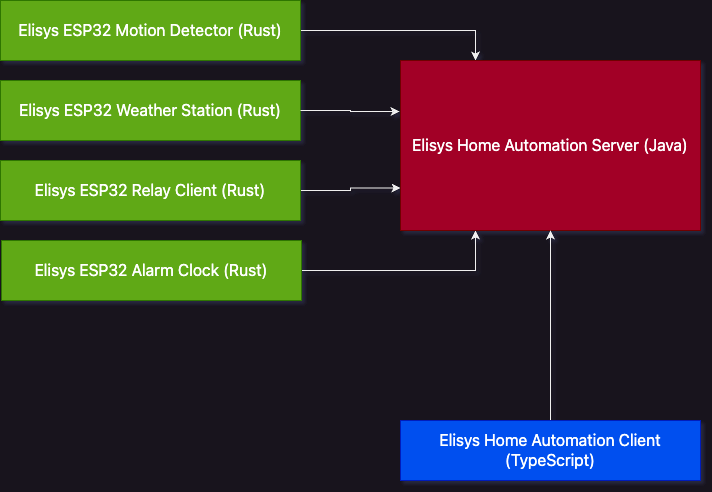
Earlier version of the draw.io export images/elisys-architecture.png (goto-eof/elisys-home-automation). Source tidied: cells renumbered, new cells last; positions are measured from the earlier drawing's top-left corner, leaving out a move shared by most shapes.
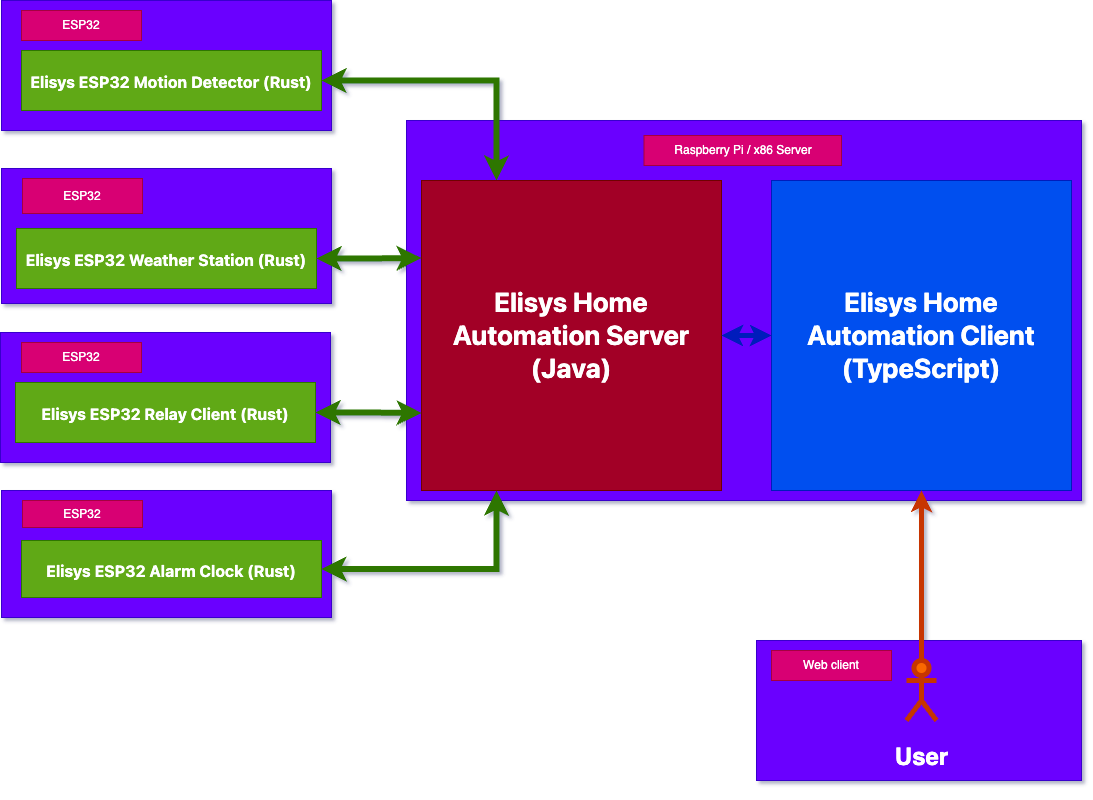
The same file after the commit.

Change to the diagram source:
```diff
@@ -2,38 +2,80 @@
   <root>
     <mxCell id="0" />
     <mxCell id="1" parent="0" />
+    <mxCell id="13" style="rounded=0;whiteSpace=wrap;html=1;fillColor=#6a00ff;fontColor=#ffffff;strokeColor=#3700CC;" parent="1" vertex="1">
+      <mxGeometry x="735" y="520" width="325" height="140" as="geometry" />
+    </mxCell>
+    <mxCell id="14" style="rounded=0;whiteSpace=wrap;html=1;fillColor=#6a00ff;fontColor=#ffffff;strokeColor=#3700CC;" parent="1" vertex="1">
+      <mxGeometry x="385" width="675" height="380" as="geometry" />
+    </mxCell>
+    <mxCell id="15" value="Raspberry Pi / x86 Server" style="rounded=0;whiteSpace=wrap;html=1;fillColor=#d80073;fontColor=#ffffff;strokeColor=#A50040;" parent="1" vertex="1">
+      <mxGeometry x="622.5" y="15" width="197.5" height="30" as="geometry" />
+    </mxCell>
+    <mxCell id="16" style="rounded=0;whiteSpace=wrap;html=1;fillColor=#6a00ff;fontColor=#ffffff;strokeColor=#3700CC;" parent="1" vertex="1">
+      <mxGeometry x="-20" y="370" width="330" height="127" as="geometry" />
+    </mxCell>
+    <mxCell id="17" value="ESP32" style="rounded=0;whiteSpace=wrap;html=1;fillColor=#d80073;fontColor=#ffffff;strokeColor=#A50040;" parent="1" vertex="1">
+      <mxGeometry x="1" y="380" width="120" height="27" as="geometry" />
+    </mxCell>
+    <mxCell id="18" style="rounded=0;whiteSpace=wrap;html=1;fillColor=#6a00ff;fontColor=#ffffff;strokeColor=#3700CC;" parent="1" vertex="1">
+      <mxGeometry x="-21" y="212" width="330" height="130" as="geometry" />
+    </mxCell>
+    <mxCell id="19" value="ESP32" style="rounded=0;whiteSpace=wrap;html=1;fillColor=#d80073;fontColor=#ffffff;strokeColor=#A50040;" parent="1" vertex="1">
+      <mxGeometry y="222" width="120" height="30" as="geometry" />
+    </mxCell>
+    <mxCell id="20" style="rounded=0;whiteSpace=wrap;html=1;fillColor=#6a00ff;fontColor=#ffffff;strokeColor=#3700CC;" parent="1" vertex="1">
+      <mxGeometry x="-20" y="48" width="330" height="135" as="geometry" />
+    </mxCell>
+    <mxCell id="21" style="rounded=0;whiteSpace=wrap;html=1;fillColor=#6a00ff;fontColor=#ffffff;strokeColor=#3700CC;" parent="1" vertex="1">
+      <mxGeometry x="-20" y="-120" width="330" height="130" as="geometry" />
+    </mxCell>
-    <mxCell id="2" style="edgeStyle=orthogonalEdgeStyle;rounded=0;jettySize=auto;html=1;entryX=0.25;entryY=0;entryDx=0;entryDy=0;" parent="1" edge="1" source="3" target="9">
+    <mxCell id="2" style="edgeStyle=orthogonalEdgeStyle;rounded=0;jettySize=auto;html=1;entryX=0.25;entryY=0;entryDx=0;entryDy=0;strokeWidth=6;fillColor=#60a917;strokeColor=#2D7600;startArrow=classic;startFill=1;" parent="1" edge="1" source="3" target="9">
       <mxGeometry relative="1" as="geometry" />
     </mxCell>
-    <mxCell id="3" value="&lt;div style=&quot;&quot;&gt;&lt;a style=&quot;background-color: transparent; font-family: -apple-system, &amp;quot;system-ui&amp;quot;, &amp;quot;Segoe UI&amp;quot;, &amp;quot;Noto Sans&amp;quot;, Helvetica, Arial, sans-serif, &amp;quot;Apple Color Emoji&amp;quot;, &amp;quot;Segoe UI Emoji&amp;quot;; font-size: 16px; box-sizing: border-box; color: var(--fgColor-accent, var(--color-accent-fg)); text-underline-offset: 0.2rem;&quot; href=&quot;https://github.com/goto-eof/esp32-motion-detector-and-server-notifier-rust&quot;&gt;Elisys ESP32 Motion Detector (Rust)&lt;/a&gt;&lt;/div&gt;" style="rounded=0;whiteSpace=wrap;html=1;align=center;fillColor=#60a917;fontColor=#ffffff;strokeColor=#2D7600;" parent="1" vertex="1">
-      <mxGeometry width="300" height="60" as="geometry" />
+    <mxCell id="3" value="&lt;h1 style=&quot;&quot;&gt;&lt;a style=&quot;background-color: transparent; font-family: -apple-system, &amp;quot;system-ui&amp;quot;, &amp;quot;Segoe UI&amp;quot;, &amp;quot;Noto Sans&amp;quot;, Helvetica, Arial, sans-serif, &amp;quot;Apple Color Emoji&amp;quot;, &amp;quot;Segoe UI Emoji&amp;quot;; font-size: 16px; box-sizing: border-box; color: var(--fgColor-accent, var(--color-accent-fg)); text-underline-offset: 0.2rem;&quot; href=&quot;https://github.com/goto-eof/esp32-motion-detector-and-server-notifier-rust&quot;&gt;Elisys ESP32 Motion Detector (Rust)&lt;/a&gt;&lt;/h1&gt;" style="rounded=0;whiteSpace=wrap;html=1;align=center;fillColor=#60a917;fontColor=#ffffff;strokeColor=#2D7600;" parent="1" vertex="1">
+      <mxGeometry y="-70" width="300" height="60" as="geometry" />
     </mxCell>
-    <mxCell id="4" value="&lt;div style=&quot;&quot;&gt;&lt;a href=&quot;https://github.com/goto-eof/esp32-motion-detector-and-server-notifier-rust&quot; style=&quot;background-color: transparent; font-family: -apple-system, &amp;quot;system-ui&amp;quot;, &amp;quot;Segoe UI&amp;quot;, &amp;quot;Noto Sans&amp;quot;, Helvetica, Arial, sans-serif, &amp;quot;Apple Color Emoji&amp;quot;, &amp;quot;Segoe UI Emoji&amp;quot;; font-size: 16px; box-sizing: border-box; color: var(--fgColor-accent, var(--color-accent-fg)); text-underline-offset: 0.2rem;&quot;&gt;Elisys ESP32 Weather Station (Rust)&lt;/a&gt;&lt;/div&gt;" style="rounded=0;whiteSpace=wrap;html=1;align=center;fillColor=#60a917;fontColor=#ffffff;strokeColor=#2D7600;" parent="1" vertex="1">
-      <mxGeometry y="80" width="300" height="60" as="geometry" />
+    <mxCell id="4" value="&lt;h1 style=&quot;&quot;&gt;&lt;a href=&quot;https://github.com/goto-eof/esp32-motion-detector-and-server-notifier-rust&quot; style=&quot;background-color: transparent; font-family: -apple-system, &amp;quot;system-ui&amp;quot;, &amp;quot;Segoe UI&amp;quot;, &amp;quot;Noto Sans&amp;quot;, Helvetica, Arial, sans-serif, &amp;quot;Apple Color Emoji&amp;quot;, &amp;quot;Segoe UI Emoji&amp;quot;; font-size: 16px; box-sizing: border-box; color: var(--fgColor-accent, var(--color-accent-fg)); text-underline-offset: 0.2rem;&quot;&gt;Elisys ESP32 Weather Station (Rust)&lt;/a&gt;&lt;/h1&gt;" style="rounded=0;whiteSpace=wrap;html=1;align=center;fillColor=#60a917;fontColor=#ffffff;strokeColor=#2D7600;" parent="1" vertex="1">
+      <mxGeometry x="-5" y="108" width="300" height="60" as="geometry" />
     </mxCell>
-    <mxCell id="5" style="edgeStyle=orthogonalEdgeStyle;rounded=0;jettySize=auto;html=1;entryX=0;entryY=0.75;entryDx=0;entryDy=0;" parent="1" edge="1" source="6" target="9">
+    <mxCell id="5" style="edgeStyle=orthogonalEdgeStyle;rounded=0;jettySize=auto;html=1;entryX=0;entryY=0.75;entryDx=0;entryDy=0;strokeWidth=6;fillColor=#60a917;strokeColor=#2D7600;startArrow=classic;startFill=1;" parent="1" edge="1" source="6" target="9">
       <mxGeometry relative="1" as="geometry" />
     </mxCell>
-    <mxCell id="6" value="&lt;div style=&quot;&quot;&gt;&lt;a style=&quot;background-color: transparent; font-family: -apple-system, &amp;quot;system-ui&amp;quot;, &amp;quot;Segoe UI&amp;quot;, &amp;quot;Noto Sans&amp;quot;, Helvetica, Arial, sans-serif, &amp;quot;Apple Color Emoji&amp;quot;, &amp;quot;Segoe UI Emoji&amp;quot;; font-size: 16px; box-sizing: border-box; color: var(--fgColor-accent, var(--color-accent-fg)); text-underline-offset: 0.2rem;&quot; href=&quot;https://github.com/goto-eof/esp32-motion-detector-and-server-notifier-rust&quot;&gt;Elisys ESP32 Relay Client (Rust)&lt;/a&gt;&lt;/div&gt;" style="rounded=0;whiteSpace=wrap;html=1;align=center;fillColor=#60a917;fontColor=#ffffff;strokeColor=#2D7600;" parent="1" vertex="1">
-      <mxGeometry y="160" width="300" height="60" as="geometry" />
+    <mxCell id="6" value="&lt;h1 style=&quot;&quot;&gt;&lt;a style=&quot;background-color: transparent; font-family: -apple-system, &amp;quot;system-ui&amp;quot;, &amp;quot;Segoe UI&amp;quot;, &amp;quot;Noto Sans&amp;quot;, Helvetica, Arial, sans-serif, &amp;quot;Apple Color Emoji&amp;quot;, &amp;quot;Segoe UI Emoji&amp;quot;; font-size: 16px; box-sizing: border-box; color: var(--fgColor-accent, var(--color-accent-fg)); text-underline-offset: 0.2rem;&quot; href=&quot;https://github.com/goto-eof/esp32-motion-detector-and-server-notifier-rust&quot;&gt;Elisys ESP32 Relay Client (Rust)&lt;/a&gt;&lt;/h1&gt;" style="rounded=0;whiteSpace=wrap;html=1;align=center;fillColor=#60a917;fontColor=#ffffff;strokeColor=#2D7600;" parent="1" vertex="1">
+      <mxGeometry x="-6" y="262" width="300" height="60" as="geometry" />
     </mxCell>
-    <mxCell id="7" style="edgeStyle=orthogonalEdgeStyle;rounded=0;jettySize=auto;html=1;entryX=0.25;entryY=1;entryDx=0;entryDy=0;" parent="1" edge="1" source="8" target="9">
+    <mxCell id="7" style="edgeStyle=orthogonalEdgeStyle;rounded=0;jettySize=auto;html=1;entryX=0.25;entryY=1;entryDx=0;entryDy=0;strokeWidth=6;fillColor=#60a917;strokeColor=#2D7600;startArrow=classic;startFill=1;" parent="1" edge="1" source="8" target="9">
       <mxGeometry relative="1" as="geometry" />
     </mxCell>
-    <mxCell id="8" value="&lt;div style=&quot;&quot;&gt;&lt;a href=&quot;https://github.com/goto-eof/esp32-motion-detector-and-server-notifier-rust&quot; style=&quot;background-color: transparent; font-family: -apple-system, &amp;quot;system-ui&amp;quot;, &amp;quot;Segoe UI&amp;quot;, &amp;quot;Noto Sans&amp;quot;, Helvetica, Arial, sans-serif, &amp;quot;Apple Color Emoji&amp;quot;, &amp;quot;Segoe UI Emoji&amp;quot;; font-size: 16px; box-sizing: border-box; color: var(--fgColor-accent, var(--color-accent-fg)); text-underline-offset: 0.2rem;&quot;&gt;Elisys ESP32 Alarm Clock (Rust)&lt;/a&gt;&lt;/div&gt;" style="rounded=0;whiteSpace=wrap;html=1;align=center;fillColor=#60a917;fontColor=#ffffff;strokeColor=#2D7600;" parent="1" vertex="1">
-      <mxGeometry x="1" y="240" width="300" height="60" as="geometry" />
+    <mxCell id="8" value="&lt;h1 style=&quot;&quot;&gt;&lt;a href=&quot;https://github.com/goto-eof/esp32-motion-detector-and-server-notifier-rust&quot; style=&quot;background-color: transparent; font-family: -apple-system, &amp;quot;system-ui&amp;quot;, &amp;quot;Segoe UI&amp;quot;, &amp;quot;Noto Sans&amp;quot;, Helvetica, Arial, sans-serif, &amp;quot;Apple Color Emoji&amp;quot;, &amp;quot;Segoe UI Emoji&amp;quot;; font-size: 16px; box-sizing: border-box; color: var(--fgColor-accent, var(--color-accent-fg)); text-underline-offset: 0.2rem;&quot;&gt;Elisys ESP32 Alarm Clock (Rust)&lt;/a&gt;&lt;/h1&gt;" style="rounded=0;whiteSpace=wrap;html=1;align=center;fillColor=#60a917;fontColor=#ffffff;strokeColor=#2D7600;" parent="1" vertex="1">
+      <mxGeometry y="420" width="300" height="57" as="geometry" />
     </mxCell>
-    <mxCell id="9" value="&lt;div style=&quot;&quot;&gt;&lt;a href=&quot;https://github.com/goto-eof/esp32-motion-detector-and-server-notifier-rust&quot; style=&quot;background-color: transparent; font-family: -apple-system, &amp;quot;system-ui&amp;quot;, &amp;quot;Segoe UI&amp;quot;, &amp;quot;Noto Sans&amp;quot;, Helvetica, Arial, sans-serif, &amp;quot;Apple Color Emoji&amp;quot;, &amp;quot;Segoe UI Emoji&amp;quot;; font-size: 16px; box-sizing: border-box; color: var(--fgColor-accent, var(--color-accent-fg)); text-underline-offset: 0.2rem;&quot;&gt;Elisys Home Automation Server (Java)&lt;/a&gt;&lt;/div&gt;" style="rounded=0;whiteSpace=wrap;html=1;align=center;fillColor=#a20025;fontColor=#ffffff;strokeColor=#6F0000;" parent="1" vertex="1">
-      <mxGeometry x="400" y="60" width="300" height="170" as="geometry" />
+    <mxCell id="9" value="&lt;h1 style=&quot;&quot;&gt;&lt;a href=&quot;https://github.com/goto-eof/esp32-motion-detector-and-server-notifier-rust&quot; style=&quot;background-color: transparent; font-family: -apple-system, &amp;quot;system-ui&amp;quot;, &amp;quot;Segoe UI&amp;quot;, &amp;quot;Noto Sans&amp;quot;, Helvetica, Arial, sans-serif, &amp;quot;Apple Color Emoji&amp;quot;, &amp;quot;Segoe UI Emoji&amp;quot;; box-sizing: border-box; color: var(--fgColor-accent, var(--color-accent-fg)); text-underline-offset: 0.2rem;&quot;&gt;&lt;font style=&quot;font-size: 27px;&quot;&gt;Elisys Home Automation Server (Java)&lt;/font&gt;&lt;/a&gt;&lt;/h1&gt;" style="rounded=0;whiteSpace=wrap;html=1;align=center;fillColor=#a20025;fontColor=#ffffff;strokeColor=#6F0000;" parent="1" vertex="1">
+      <mxGeometry x="400" y="60" width="300" height="310" as="geometry" />
     </mxCell>
-    <mxCell id="10" style="edgeStyle=orthogonalEdgeStyle;rounded=0;jettySize=auto;html=1;entryX=0.5;entryY=1;entryDx=0;entryDy=0;" parent="1" edge="1" source="11" target="9">
+    <mxCell id="10" style="edgeStyle=orthogonalEdgeStyle;rounded=0;jettySize=auto;html=1;entryX=1;entryY=0.5;entryDx=0;entryDy=0;strokeWidth=5;fillColor=#0050ef;strokeColor=#001DBC;startArrow=classic;startFill=1;" parent="1" edge="1" source="11" target="9">
       <mxGeometry relative="1" as="geometry" />
     </mxCell>
-    <mxCell id="11" value="&lt;div style=&quot;&quot;&gt;&lt;a style=&quot;color: var(--fgColor-accent, var(--color-accent-fg)); background-color: transparent; font-family: -apple-system, &amp;quot;system-ui&amp;quot;, &amp;quot;Segoe UI&amp;quot;, &amp;quot;Noto Sans&amp;quot;, Helvetica, Arial, sans-serif, &amp;quot;Apple Color Emoji&amp;quot;, &amp;quot;Segoe UI Emoji&amp;quot;; font-size: 16px; box-sizing: border-box; text-underline-offset: 0.2rem;&quot; href=&quot;https://github.com/goto-eof/esp32-motion-detector-and-server-notifier-rust&quot;&gt;Elisys Home Automation Client (TypeScript)&lt;/a&gt;&lt;br&gt;&lt;/div&gt;" style="rounded=0;whiteSpace=wrap;html=1;align=center;fillColor=#0050ef;fontColor=#ffffff;strokeColor=#001DBC;" parent="1" vertex="1">
-      <mxGeometry x="400" y="420" width="300" height="60" as="geometry" />
+    <mxCell id="11" value="&lt;h1 style=&quot;&quot;&gt;&lt;a style=&quot;color: var(--fgColor-accent, var(--color-accent-fg)); background-color: transparent; font-family: -apple-system, &amp;quot;system-ui&amp;quot;, &amp;quot;Segoe UI&amp;quot;, &amp;quot;Noto Sans&amp;quot;, Helvetica, Arial, sans-serif, &amp;quot;Apple Color Emoji&amp;quot;, &amp;quot;Segoe UI Emoji&amp;quot;; box-sizing: border-box; text-underline-offset: 0.2rem;&quot; href=&quot;https://github.com/goto-eof/esp32-motion-detector-and-server-notifier-rust&quot;&gt;&lt;font style=&quot;font-size: 27px;&quot;&gt;Elisys Home Automation Client (TypeScript)&lt;/font&gt;&lt;/a&gt;&lt;/h1&gt;" style="rounded=0;whiteSpace=wrap;html=1;align=center;fillColor=#0050ef;fontColor=#ffffff;strokeColor=#001DBC;" parent="1" vertex="1">
+      <mxGeometry x="750" y="60" width="300" height="310" as="geometry" />
     </mxCell>
-    <mxCell id="12" style="edgeStyle=orthogonalEdgeStyle;rounded=0;jettySize=auto;html=1;entryX=-0.003;entryY=0.3;entryDx=0;entryDy=0;entryPerimeter=0;" parent="1" edge="1" source="4" target="9">
+    <mxCell id="12" style="edgeStyle=orthogonalEdgeStyle;rounded=0;jettySize=auto;html=1;entryX=0;entryY=0.25;entryDx=0;entryDy=0;strokeWidth=6;fillColor=#60a917;strokeColor=#2D7600;startArrow=classic;startFill=1;" parent="1" edge="1" source="4" target="9">
       <mxGeometry relative="1" as="geometry" />
     </mxCell>
+    <mxCell id="22" value="ESP32" style="rounded=0;whiteSpace=wrap;html=1;fillColor=#d80073;fontColor=#ffffff;strokeColor=#A50040;" parent="1" vertex="1">
+      <mxGeometry y="-110" width="120" height="30" as="geometry" />
+    </mxCell>
+    <mxCell id="23" value="ESP32" style="rounded=0;whiteSpace=wrap;html=1;fillColor=#d80073;fontColor=#ffffff;strokeColor=#A50040;" parent="1" vertex="1">
+      <mxGeometry x="1" y="58" width="120" height="35" as="geometry" />
+    </mxCell>
+    <mxCell id="24" style="edgeStyle=orthogonalEdgeStyle;rounded=0;jettySize=auto;html=1;entryX=0.5;entryY=1;entryDx=0;entryDy=0;strokeWidth=5;fillColor=#fa6800;strokeColor=#C73500;" parent="1" edge="1" source="25" target="11">
+      <mxGeometry relative="1" as="geometry" />
+    </mxCell>
+    <mxCell id="25" value="&lt;h1&gt;&lt;font color=&quot;#ffffff&quot;&gt;User&lt;/font&gt;&lt;/h1&gt;" style="shape=umlActor;verticalLabelPosition=bottom;verticalAlign=top;html=1;outlineConnect=0;fillColor=#fa6800;fontColor=#000000;strokeColor=#C73500;strokeWidth=5;" parent="1" vertex="1">
+      <mxGeometry x="885" y="540" width="30" height="60" as="geometry" />
+    </mxCell>
+    <mxCell id="26" value="Web client" style="rounded=0;whiteSpace=wrap;html=1;fillColor=#d80073;fontColor=#ffffff;strokeColor=#A50040;" parent="1" vertex="1">
+      <mxGeometry x="750" y="530" width="120" height="30" as="geometry" />
+    </mxCell>
   </root>
 </mxGraphModel>
```
